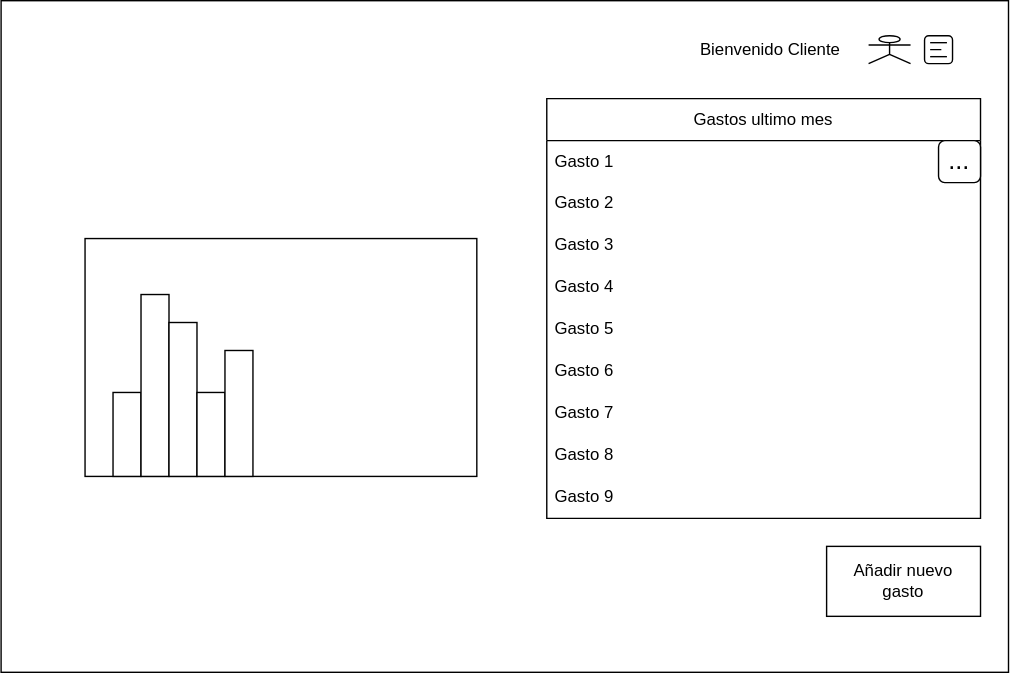
Earlier version of the draw.io export images/Inicio.svg (albvalort/proyectoIPC). Source tidied: cells renumbered, new cells last; positions are measured from the earlier drawing's top-left corner, leaving out a move shared by most shapes.
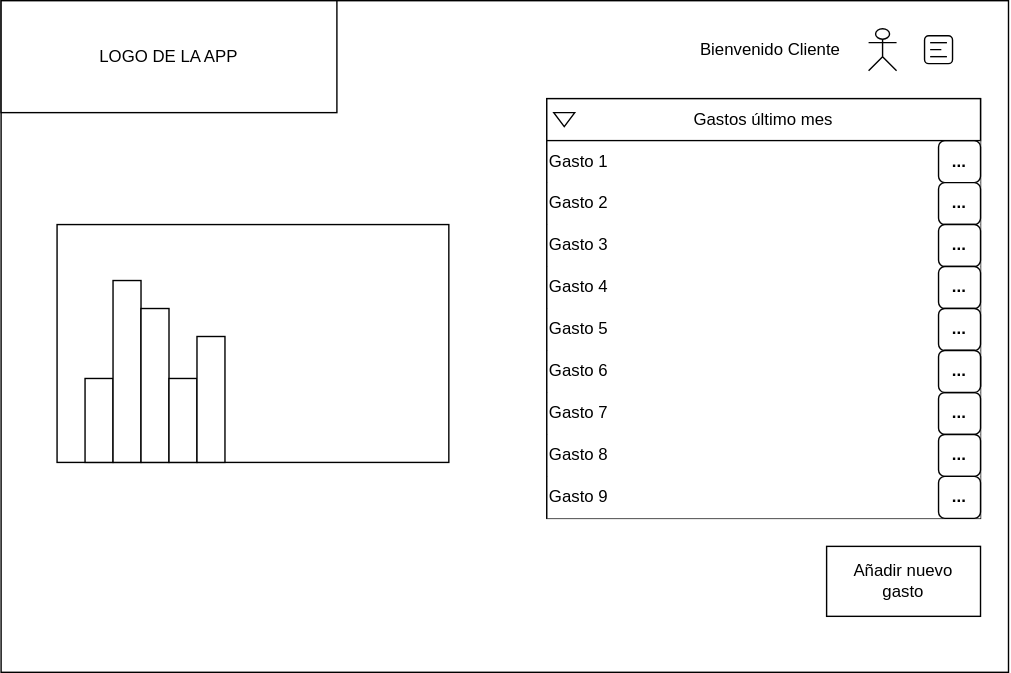
After the change.

Diff of the diagram source:
```diff
@@ -9,7 +9,7 @@
       <mxGeometry x="490" y="20" width="120" height="30" as="geometry" />
     </mxCell>
     <mxCell id="4" style="shape=umlActor;verticalLabelPosition=bottom;verticalAlign=top;html=1;" parent="1" vertex="1">
-      <mxGeometry x="620" y="25" width="30" height="20" as="geometry" />
+      <mxGeometry x="620" y="20" width="20" height="30" as="geometry" />
     </mxCell>
     <mxCell id="5" style="group;" parent="1" vertex="1">
       <mxGeometry x="660" y="25" width="20" height="20" as="geometry" />
@@ -38,38 +38,8 @@
     <mxCell id="9" style="rounded=1;whiteSpace=wrap;html=1;fillColor=none;" parent="5" vertex="1">
       <mxGeometry width="20" height="20" as="geometry" />
     </mxCell>
-    <mxCell id="10" value="Gastos ultimo mes" style="swimlane;fontStyle=0;horizontal=1;startSize=30;whiteSpace=wrap;html=1;" parent="1" vertex="1">
-      <mxGeometry x="390" y="70" width="310" height="300" as="geometry" />
-    </mxCell>
-    <mxCell id="11" value="Gasto 1" style="text;strokeColor=none;fillColor=none;align=left;verticalAlign=middle;spacingLeft=4;spacingRight=4;overflow=hidden;whiteSpace=wrap;html=1;" parent="10" vertex="1">
-      <mxGeometry y="30" width="310" height="30" as="geometry" />
-    </mxCell>
-    <mxCell id="12" value="Gasto 2" style="text;strokeColor=none;fillColor=none;align=left;verticalAlign=middle;spacingLeft=4;spacingRight=4;overflow=hidden;whiteSpace=wrap;html=1;" parent="10" vertex="1">
-      <mxGeometry y="60" width="310" height="30" as="geometry" />
-    </mxCell>
-    <mxCell id="13" value="Gasto 3" style="text;strokeColor=none;fillColor=none;align=left;verticalAlign=middle;spacingLeft=4;spacingRight=4;overflow=hidden;whiteSpace=wrap;html=1;" parent="10" vertex="1">
-      <mxGeometry y="90" width="310" height="30" as="geometry" />
-    </mxCell>
-    <mxCell id="14" value="Gasto 4" style="text;strokeColor=none;fillColor=none;align=left;verticalAlign=middle;spacingLeft=4;spacingRight=4;overflow=hidden;whiteSpace=wrap;html=1;" parent="10" vertex="1">
-      <mxGeometry y="120" width="310" height="30" as="geometry" />
-    </mxCell>
-    <mxCell id="15" value="Gasto 5" style="text;strokeColor=none;fillColor=none;align=left;verticalAlign=middle;spacingLeft=4;spacingRight=4;overflow=hidden;whiteSpace=wrap;html=1;" parent="10" vertex="1">
-      <mxGeometry y="150" width="310" height="30" as="geometry" />
-    </mxCell>
-    <mxCell id="16" value="Gasto 6" style="text;strokeColor=none;fillColor=none;align=left;verticalAlign=middle;spacingLeft=4;spacingRight=4;overflow=hidden;whiteSpace=wrap;html=1;" parent="10" vertex="1">
-      <mxGeometry y="180" width="310" height="30" as="geometry" />
-    </mxCell>
-    <mxCell id="17" value="Gasto 7" style="text;strokeColor=none;fillColor=none;align=left;verticalAlign=middle;spacingLeft=4;spacingRight=4;overflow=hidden;whiteSpace=wrap;html=1;" parent="10" vertex="1">
-      <mxGeometry y="210" width="310" height="30" as="geometry" />
-    </mxCell>
-    <mxCell id="18" value="Gasto 8" style="text;strokeColor=none;fillColor=none;align=left;verticalAlign=middle;spacingLeft=4;spacingRight=4;overflow=hidden;whiteSpace=wrap;html=1;" parent="10" vertex="1">
-      <mxGeometry y="240" width="310" height="30" as="geometry" />
-    </mxCell>
-    <mxCell id="19" value="Gasto 9" style="text;strokeColor=none;fillColor=none;align=left;verticalAlign=middle;spacingLeft=4;spacingRight=4;overflow=hidden;points=[[0,0.5],[1,0.5]];portConstraint=eastwest;whiteSpace=wrap;html=1;" parent="10" vertex="1">
-      <mxGeometry y="270" width="310" height="30" as="geometry" />
-    </mxCell>
     <mxCell id="20" style="group;" parent="1" vertex="1">
-      <mxGeometry x="60" y="170" width="280" height="170" as="geometry" />
+      <mxGeometry x="40" y="160" width="400" height="220" as="geometry" />
     </mxCell>
     <mxCell id="21" style="rounded=0;whiteSpace=wrap;html=1;" parent="20" vertex="1">
       <mxGeometry width="280" height="170" as="geometry" />
@@ -92,8 +62,84 @@
     <mxCell id="27" value="Añadir nuevo&lt;br&gt;gasto" style="rounded=0;whiteSpace=wrap;html=1;" parent="1" vertex="1">
       <mxGeometry x="590" y="390" width="110" height="50" as="geometry" />
     </mxCell>
-    <mxCell id="28" value="&lt;font style=&quot;font-size: 18px;&quot;&gt;...&lt;br&gt;&lt;/font&gt;" style="rounded=1;whiteSpace=wrap;html=1;" parent="1" vertex="1">
-      <mxGeometry x="670" y="100" width="30" height="30" as="geometry" />
-    </mxCell>
+    <mxCell id="29" value="LOGO DE LA APP" style="rounded=0;whiteSpace=wrap;html=1;" parent="1" vertex="1">
+      <mxGeometry width="240" height="80" as="geometry" />
+    </mxCell>
+    <mxCell id="30" style="rounded=0;whiteSpace=wrap;html=1;align=left;" parent="1" vertex="1">
+      <mxGeometry x="390" y="70" width="310" height="300" as="geometry" />
+    </mxCell>
+    <mxCell id="31" value="Gastos último mes" style="rounded=0;whiteSpace=wrap;html=1;" parent="1" vertex="1">
+      <mxGeometry x="390" y="70" width="310" height="30" as="geometry" />
+    </mxCell>
+    <mxCell id="11" value="&lt;div align=&quot;left&quot;&gt;Gasto 1&lt;br&gt;&lt;/div&gt;" style="rounded=0;whiteSpace=wrap;html=1;align=left;strokeColor=none;" parent="1" vertex="1">
+      <mxGeometry x="390" y="100" width="310" height="30" as="geometry" />
+    </mxCell>
+    <mxCell id="12" value="Gasto 2" style="rounded=0;whiteSpace=wrap;html=1;align=left;strokeColor=none;" parent="1" vertex="1">
+      <mxGeometry x="390" y="130" width="310" height="30" as="geometry" />
+    </mxCell>
+    <mxCell id="13" value="Gasto 3" style="rounded=0;whiteSpace=wrap;html=1;align=left;fillColor=default;strokeColor=none;" parent="1" vertex="1">
+      <mxGeometry x="390" y="160" width="310" height="30" as="geometry" />
+    </mxCell>
+    <mxCell id="14" value="Gasto 4" style="rounded=0;whiteSpace=wrap;html=1;align=left;strokeColor=none;" parent="1" vertex="1">
+      <mxGeometry x="390" y="190" width="310" height="30" as="geometry" />
+    </mxCell>
+    <mxCell id="15" value="Gasto 5" style="rounded=0;whiteSpace=wrap;html=1;align=left;strokeColor=none;" parent="1" vertex="1">
+      <mxGeometry x="390" y="220" width="310" height="30" as="geometry" />
+    </mxCell>
+    <mxCell id="17" value="Gasto 7" style="rounded=0;whiteSpace=wrap;html=1;align=left;strokeColor=none;" parent="1" vertex="1">
+      <mxGeometry x="390" y="280" width="310" height="30" as="geometry" />
+    </mxCell>
+    <mxCell id="18" value="Gasto 8" style="rounded=0;whiteSpace=wrap;html=1;align=left;strokeColor=none;" parent="1" vertex="1">
+      <mxGeometry x="390" y="310" width="310" height="30" as="geometry" />
+    </mxCell>
+    <mxCell id="32" style="triangle;whiteSpace=wrap;html=1;rotation=90;" parent="1" vertex="1">
+      <mxGeometry x="397.5" y="77.5" width="10" height="15" as="geometry" />
+    </mxCell>
+    <mxCell id="33" value="&lt;b&gt;...&lt;/b&gt;" style="rounded=1;whiteSpace=wrap;html=1;" parent="1" vertex="1">
+      <mxGeometry x="670" y="100" width="30" height="30" as="geometry" />
+    </mxCell>
+    <mxCell id="34" value="&lt;b&gt;...&lt;/b&gt;" style="rounded=1;whiteSpace=wrap;html=1;" parent="1" vertex="1">
+      <mxGeometry x="670" y="130" width="30" height="30" as="geometry" />
+    </mxCell>
+    <mxCell id="35" value="&lt;b&gt;...&lt;/b&gt;" style="rounded=1;whiteSpace=wrap;html=1;" parent="1" vertex="1">
+      <mxGeometry x="670" y="160" width="30" height="30" as="geometry" />
+    </mxCell>
+    <mxCell id="36" value="&lt;b&gt;...&lt;/b&gt;" style="rounded=1;whiteSpace=wrap;html=1;" parent="1" vertex="1">
+      <mxGeometry x="670" y="190" width="30" height="30" as="geometry" />
+    </mxCell>
+    <mxCell id="37" value="&lt;b&gt;...&lt;/b&gt;" style="rounded=1;whiteSpace=wrap;html=1;" parent="1" vertex="1">
+      <mxGeometry x="670" y="220" width="30" height="30" as="geometry" />
+    </mxCell>
+    <mxCell id="38" value="&lt;b&gt;...&lt;/b&gt;" style="rounded=1;whiteSpace=wrap;html=1;" parent="1" vertex="1">
+      <mxGeometry x="670" y="250" width="30" height="30" as="geometry" />
+    </mxCell>
+    <mxCell id="39" value="&lt;b&gt;...&lt;/b&gt;" style="rounded=1;whiteSpace=wrap;html=1;" parent="1" vertex="1">
+      <mxGeometry x="670" y="280" width="30" height="30" as="geometry" />
+    </mxCell>
+    <mxCell id="40" value="&lt;b&gt;...&lt;/b&gt;" style="rounded=1;whiteSpace=wrap;html=1;" parent="1" vertex="1">
+      <mxGeometry x="670" y="310" width="30" height="30" as="geometry" />
+    </mxCell>
+    <mxCell id="16" value="Gasto 6" style="rounded=0;whiteSpace=wrap;html=1;align=left;strokeColor=none;" parent="1" vertex="1">
+      <mxGeometry x="390" y="250" width="310" height="30" as="geometry" />
+    </mxCell>
+    <mxCell id="41" value="&lt;b&gt;...&lt;/b&gt;" style="rounded=1;whiteSpace=wrap;html=1;" parent="1" vertex="1">
+      <mxGeometry x="670" y="250" width="30" height="30" as="geometry" />
+    </mxCell>
+    <mxCell id="19" value="Gasto 9" style="rounded=0;whiteSpace=wrap;html=1;align=left;strokeColor=none;" parent="1" vertex="1">
+      <mxGeometry x="390" y="340" width="310" height="30" as="geometry" />
+    </mxCell>
+    <mxCell id="42" value="&lt;b&gt;...&lt;/b&gt;" style="rounded=1;whiteSpace=wrap;html=1;" parent="1" vertex="1">
+      <mxGeometry x="670" y="340" width="30" height="30" as="geometry" />
+    </mxCell>
+    <mxCell id="43" style="endArrow=none;html=1;rounded=0;exitX=0;exitY=1;exitDx=0;exitDy=0;" parent="1" edge="1" source="19">
+      <mxGeometry relative="1" as="geometry">
+        <mxPoint x="390" y="100" as="targetPoint" />
+      </mxGeometry>
+    </mxCell>
+    <mxCell id="44" style="endArrow=none;html=1;rounded=0;entryX=1;entryY=0;entryDx=0;entryDy=0;" parent="1" edge="1" target="33">
+      <mxGeometry relative="1" as="geometry">
+        <mxPoint x="390" y="100" as="sourcePoint" />
+      </mxGeometry>
+    </mxCell>
   </root>
 </mxGraphModel>
```
